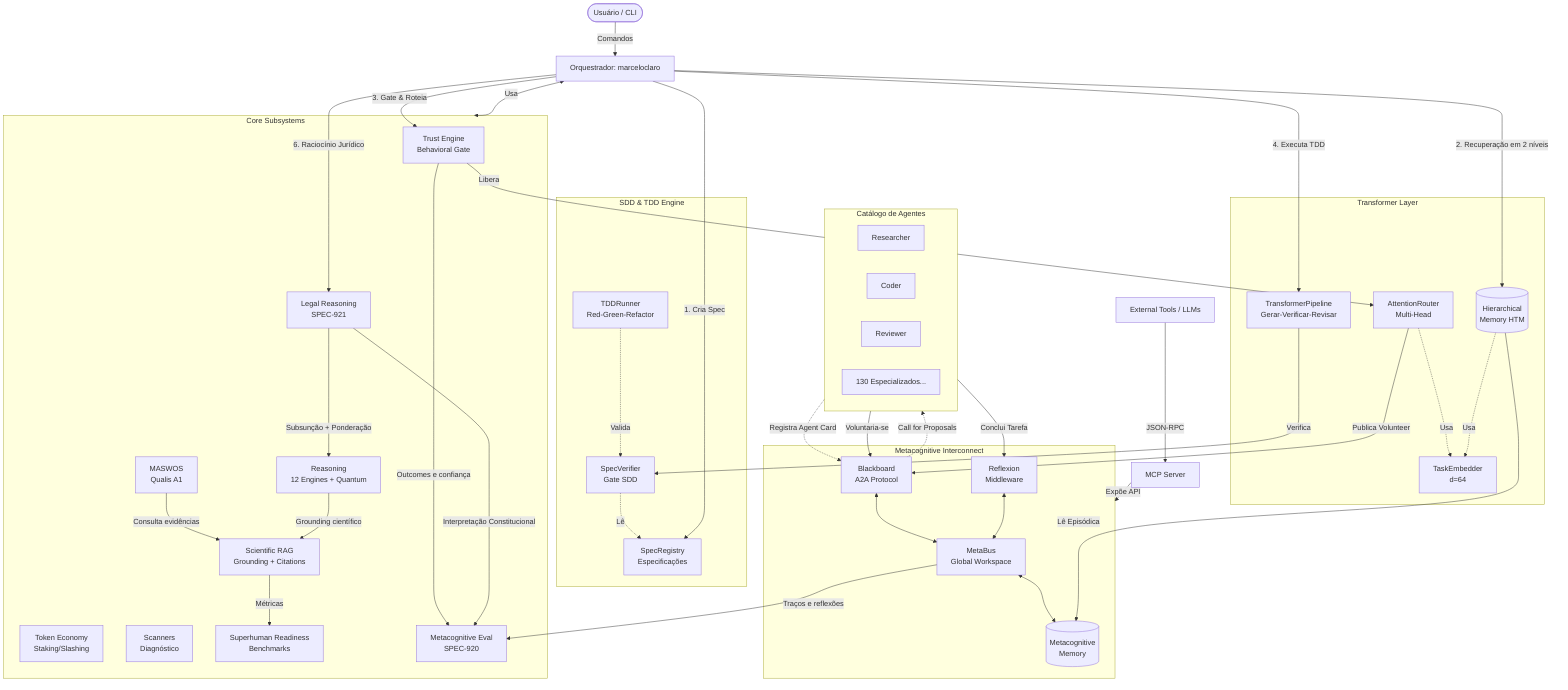
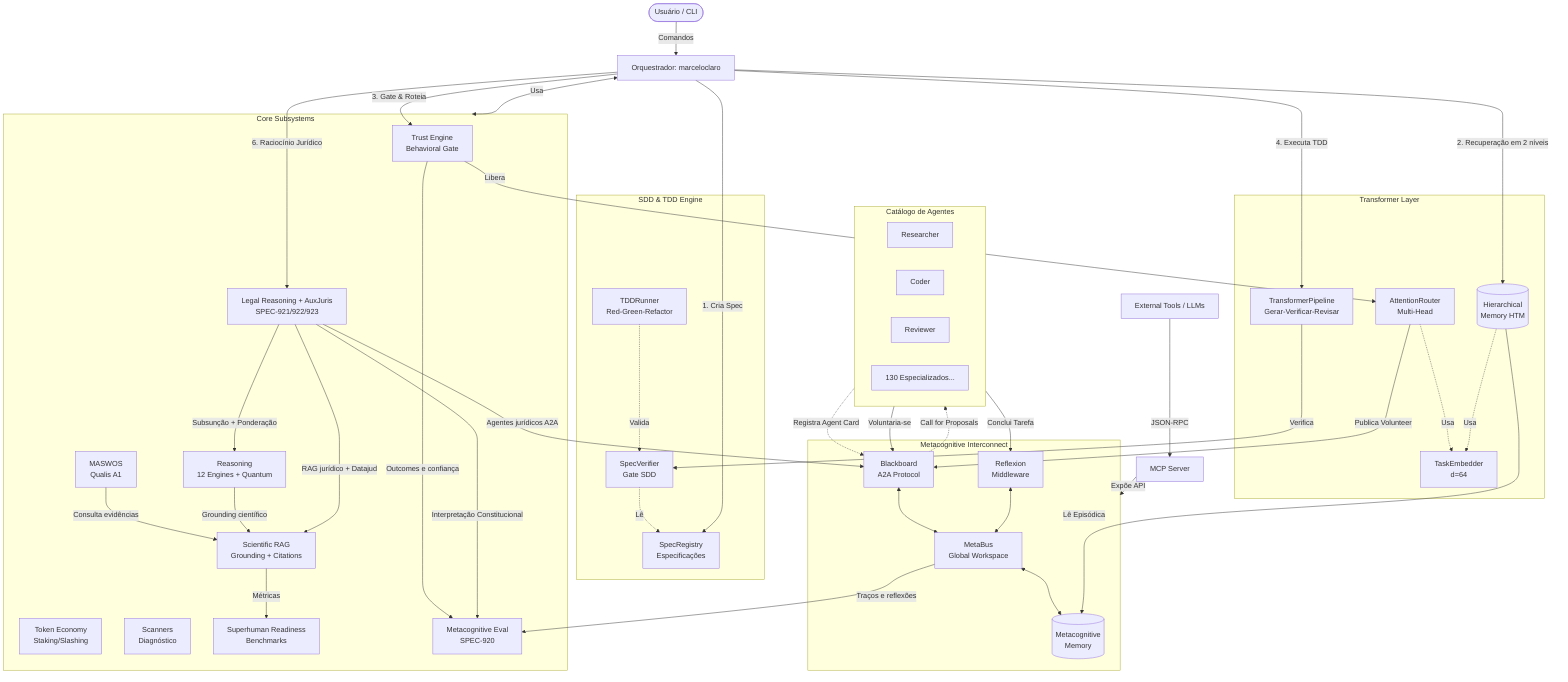
graph TD
    %% Atores e Orquestrador
    User([Usuário / CLI]) -->|Comandos| Orchestrator[Orquestrador: marceloclaro]

    %% Camada SDD/TDD
    subgraph SDD [SDD & TDD Engine]
        Spec[SpecRegistry<br>Especificações]
        Ver[SpecVerifier<br>Gate SDD]
        TDD[TDDRunner<br>Red-Green-Refactor]

        TDD -.->|Valida| Ver
        Ver -.->|Lê| Spec
    end

    %% Camada Transformer
    subgraph TF [Transformer Layer]
        Attn[AttentionRouter<br>Multi-Head]
        Pipe[TransformerPipeline<br>Gerar-Verificar-Revisar]
        HTM[(Hierarchical<br>Memory HTM)]
        Emb[TaskEmbedder<br>d=64]

        Attn -.->|Usa| Emb
        HTM -.->|Usa| Emb
    end

    %% Camada Core (Novos Subsistemas)
    subgraph Core [Core Subsystems]
        Trust[Trust Engine<br>Behavioral Gate]
        Eco[Token Economy<br>Staking/Slashing]
        Scan[Scanners<br>Diagnóstico]
        Acad[MASWOS<br>Qualis A1]
        Reason[Reasoning<br>12 Engines + Quantum]
-         Legal[Legal Reasoning<br>SPEC-921]
+         Legal[Legal Reasoning + AuxJuris<br>SPEC-921/922/923]
        RAG[Scientific RAG<br>Grounding + Citations]
        Bench[Superhuman Readiness<br>Benchmarks]
        MetaEval[Metacognitive Eval<br>SPEC-920]
    end

    %% Camada MCI
    subgraph MCI [Metacognitive Interconnect]
        MB[MetaBus<br>Global Workspace]
        BB[Blackboard<br>A2A Protocol]
        Mem[(Metacognitive<br>Memory)]
        Ref[Reflexion<br>Middleware]

        MB <--> Mem
        BB <--> MB
        Ref <--> MB
    end

    %% Orquestrador integra as camadas
    Orchestrator -->|1. Cria Spec| Spec
    Orchestrator -->|2. Recuperação em 2 níveis| HTM
    HTM -->|Lê Episódica| Mem
    Orchestrator -->|3. Gate & Roteia| Trust
    Trust -->|Libera| Attn
    Attn -->|Publica Volunteer| BB
    Orchestrator -->|4. Executa TDD| Pipe
    Pipe -->|Verifica| Ver
    Orchestrator <-->|Usa| Core
    Acad -->|Consulta evidências| RAG
    Reason -->|Grounding científico| RAG
    RAG -->|Métricas| Bench
    MB -->|Traços e reflexões| MetaEval
    Trust -->|Outcomes e confiança| MetaEval
    Orchestrator -->|6. Raciocínio Jurídico| Legal
    Legal -->|Subsunção + Ponderação| Reason
    Legal -->|Interpretação Constitucional| MetaEval
+     Legal -->|RAG jurídico + Datajud| RAG
+     Legal -->|Agentes jurídicos A2A| BB

    %% Agentes
    subgraph Agents [Catálogo de Agentes]
        A1[Researcher]
        A2[Coder]
        A3[Reviewer]
        A4[130 Especializados...]
    end

    %% Fluxo de Agentes
    Agents -.->|Registra Agent Card| BB
    BB -.->|Call for Proposals| Agents
    Agents -->|Voluntaria-se| BB
    Agents -->|Conclui Tarefa| Ref

    %% MCP
    MCP[MCP Server] -->|Expõe API| MCI
    External[External Tools / LLMs] -->|JSON-RPC| MCP
